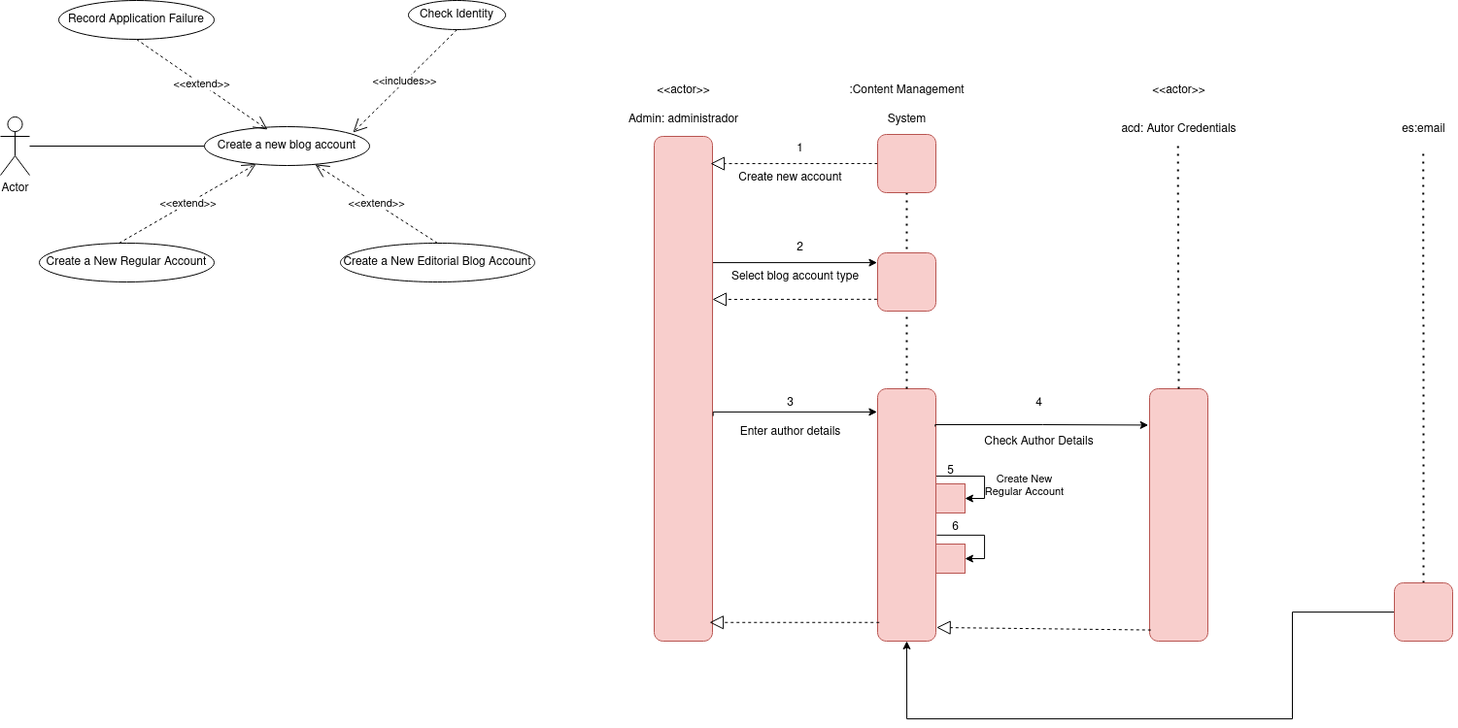
This is blog/blog.drawio.png from RafaelMayor/ETS, a draw.io export, as it was before one commit. Source tidied: cells renumbered, new cells last; positions are measured from the earlier drawing's top-left corner, leaving out a move shared by most shapes.
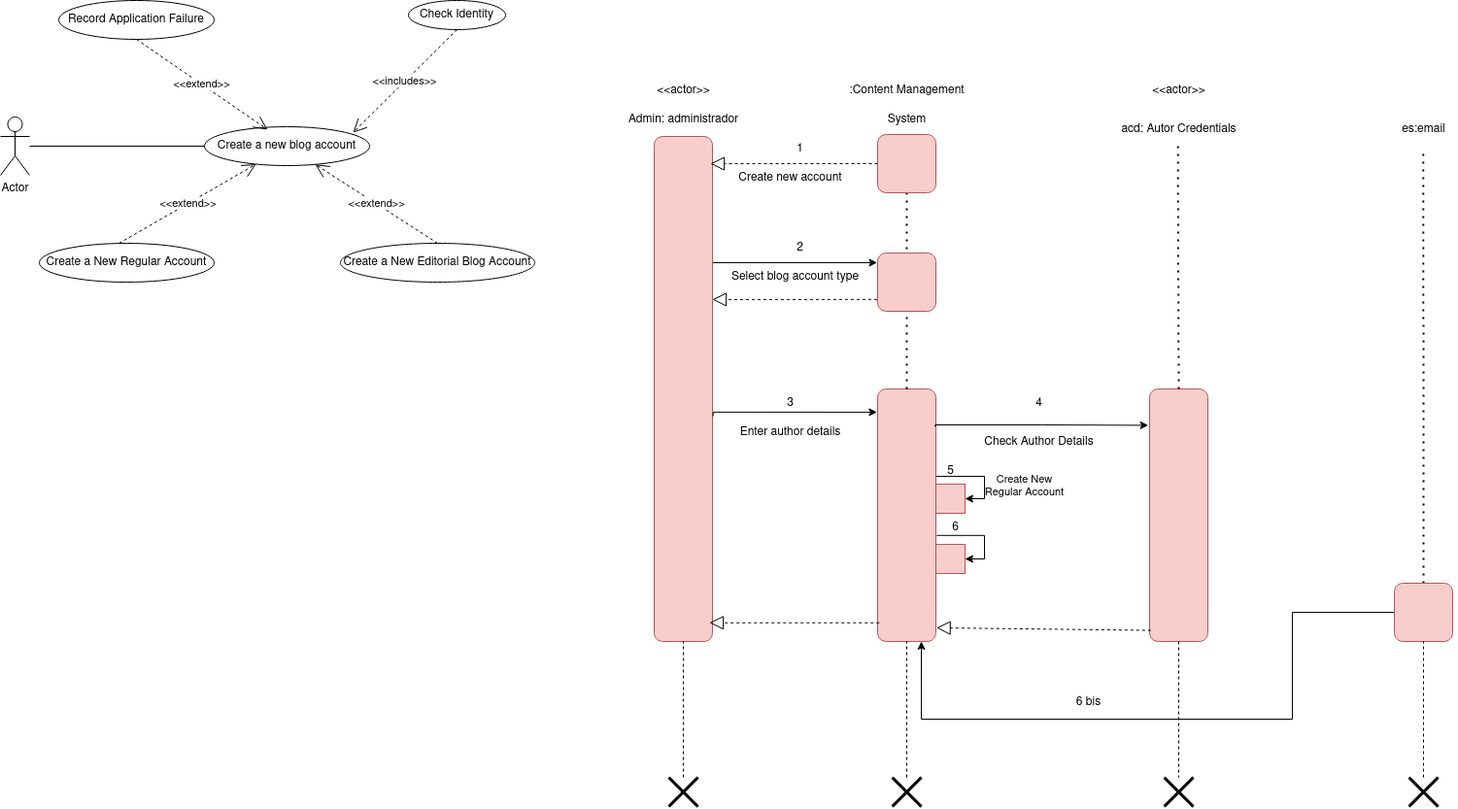
After the commit.

What changed in the source:
```diff
@@ -172,12 +172,12 @@
     <mxCell id="49" style="endArrow=none;dashed=1;html=1;dashPattern=1 3;strokeWidth=2;rounded=0;entryX=0.497;entryY=1.274;entryDx=0;entryDy=0;entryPerimeter=0;exitX=0.5;exitY=0;exitDx=0;exitDy=0;" parent="1" edge="1" source="51" target="48">
       <mxGeometry relative="1" as="geometry" />
     </mxCell>
-    <mxCell id="50" style="edgeStyle=orthogonalEdgeStyle;rounded=0;jettySize=auto;html=1;entryX=1;entryY=0.5;entryDx=0;entryDy=0;" parent="1" edge="1" source="51" target="30">
+    <mxCell id="50" style="edgeStyle=orthogonalEdgeStyle;rounded=0;jettySize=auto;html=1;entryX=1;entryY=0.25;entryDx=0;entryDy=0;" parent="1" edge="1" source="51" target="30">
       <mxGeometry relative="1" as="geometry">
         <Array as="points">
           <mxPoint x="1330" y="630" />
           <mxPoint x="1330" y="740" />
-          <mxPoint x="933" y="740" />
+          <mxPoint x="948" y="740" />
         </Array>
       </mxGeometry>
     </mxCell>
@@ -187,5 +187,32 @@
     <mxCell id="52" style="endArrow=block;dashed=1;endFill=0;endSize=12;html=1;rounded=0;exitX=0.926;exitY=0.971;exitDx=0;exitDy=0;exitPerimeter=0;entryX=0.963;entryY=0.05;entryDx=0;entryDy=0;entryPerimeter=0;" parent="1" edge="1" source="30" target="16">
       <mxGeometry relative="1" as="geometry" />
     </mxCell>
+    <mxCell id="53" value="6 bis" style="text;html=1;align=center;verticalAlign=middle;strokeColor=none;fillColor=none;" parent="1" vertex="1">
+      <mxGeometry x="1095" y="708" width="50" height="30" as="geometry" />
+    </mxCell>
+    <mxCell id="54" style="shape=umlDestroy;whiteSpace=wrap;html=1;strokeWidth=3;targetShapes=umlLifeline;" parent="1" vertex="1">
+      <mxGeometry x="688" y="800" width="30" height="30" as="geometry" />
+    </mxCell>
+    <mxCell id="55" style="endArrow=none;dashed=1;html=1;rounded=0;entryX=1;entryY=0.5;entryDx=0;entryDy=0;" parent="1" edge="1" source="54" target="16">
+      <mxGeometry relative="1" as="geometry" />
+    </mxCell>
+    <mxCell id="56" style="shape=umlDestroy;whiteSpace=wrap;html=1;strokeWidth=3;targetShapes=umlLifeline;" parent="1" vertex="1">
+      <mxGeometry x="1450" y="800" width="30" height="30" as="geometry" />
+    </mxCell>
+    <mxCell id="57" style="shape=umlDestroy;whiteSpace=wrap;html=1;strokeWidth=3;targetShapes=umlLifeline;" parent="1" vertex="1">
+      <mxGeometry x="1198" y="800" width="30" height="30" as="geometry" />
+    </mxCell>
+    <mxCell id="58" style="shape=umlDestroy;whiteSpace=wrap;html=1;strokeWidth=3;targetShapes=umlLifeline;" parent="1" vertex="1">
+      <mxGeometry x="918" y="800" width="30" height="30" as="geometry" />
+    </mxCell>
+    <mxCell id="59" style="endArrow=none;dashed=1;html=1;rounded=0;entryX=0.5;entryY=1;entryDx=0;entryDy=0;" parent="1" edge="1" source="56" target="51">
+      <mxGeometry relative="1" as="geometry" />
+    </mxCell>
+    <mxCell id="60" style="endArrow=none;dashed=1;html=1;rounded=0;exitX=1;exitY=0.5;exitDx=0;exitDy=0;" parent="1" edge="1" source="35" target="57">
+      <mxGeometry relative="1" as="geometry" />
+    </mxCell>
+    <mxCell id="61" style="endArrow=none;dashed=1;html=1;rounded=0;entryX=1;entryY=0.5;entryDx=0;entryDy=0;" parent="1" edge="1" source="58" target="30">
+      <mxGeometry relative="1" as="geometry" />
+    </mxCell>
   </root>
 </mxGraphModel>
```
